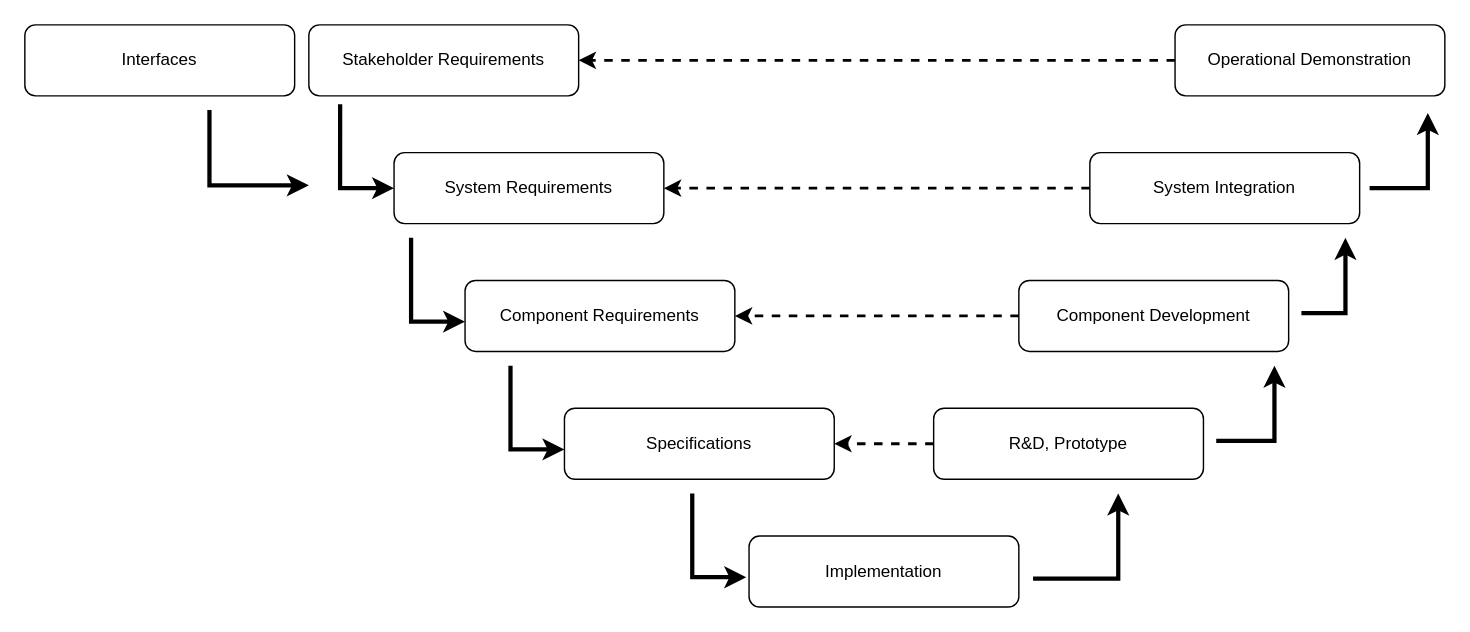
This is Untitled Diagram.drawio from awattsFNAL/Drawings, a draw.io file, before an edit. Source tidied: cells renumbered, new cells numbered last; positions are measured from the earlier drawing's top-left corner, leaving out a move shared by most shapes. Both pictures are drawn from the tidied source at 142%, with x=0, y=0 at pixel (24, 24).
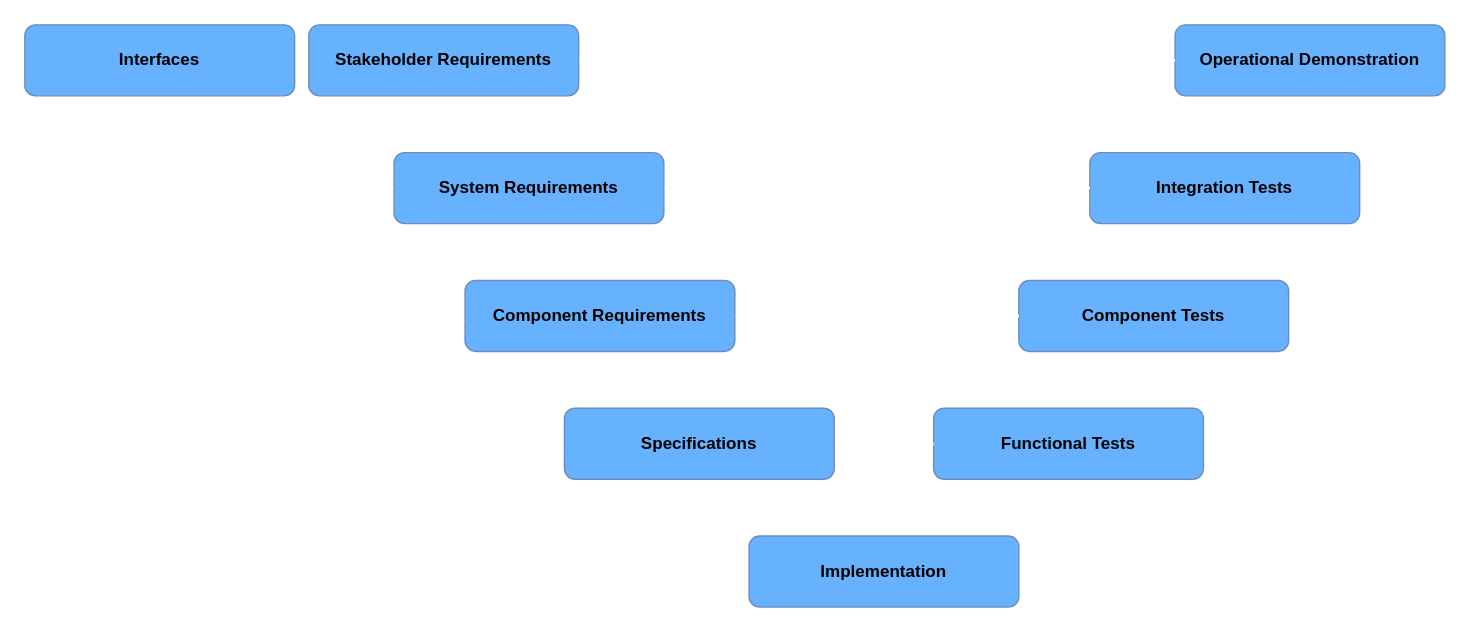
The same diagram, later.

Diff of the diagram source:
```diff
@@
-<mxGraphModel>
+<mxGraphModel background="#ffffff">
@@
-    <mxCell id="2" value="Stakeholder Requirements" style="rounded=1;whiteSpace=wrap;html=1;" parent="1" vertex="1">
+    <mxCell id="2" value="Stakeholder Requirements" style="rounded=1;whiteSpace=wrap;html=1;fillColor=#66B2FF;strokeColor=#6c8ebf;fontStyle=1;" parent="1" vertex="1">
       <mxGeometry x="200" width="190" height="50" as="geometry" />
     </mxCell>
-    <mxCell id="3" value="System Requirements" style="rounded=1;whiteSpace=wrap;html=1;" parent="1" vertex="1">
+    <mxCell id="3" value="System Requirements" style="rounded=1;whiteSpace=wrap;html=1;fillColor=#66B2FF;strokeColor=#6c8ebf;fontStyle=1;" parent="1" vertex="1">
       <mxGeometry x="260" y="90" width="190" height="50" as="geometry" />
     </mxCell>
-    <mxCell id="4" value="Component Requirements" style="rounded=1;whiteSpace=wrap;html=1;" parent="1" vertex="1">
+    <mxCell id="4" value="Component Requirements" style="rounded=1;whiteSpace=wrap;html=1;fillColor=#66B2FF;strokeColor=#6c8ebf;fontStyle=1;" parent="1" vertex="1">
       <mxGeometry x="310" y="180" width="190" height="50" as="geometry" />
     </mxCell>
-    <mxCell id="5" value="Specifications" style="rounded=1;whiteSpace=wrap;html=1;" parent="1" vertex="1">
+    <mxCell id="5" value="Specifications" style="rounded=1;whiteSpace=wrap;html=1;fillColor=#66B2FF;strokeColor=#6c8ebf;fontStyle=1;" parent="1" vertex="1">
       <mxGeometry x="380" y="270" width="190" height="50" as="geometry" />
     </mxCell>
-    <mxCell id="6" value="&lt;div&gt;Implementation&lt;/div&gt;" style="rounded=1;whiteSpace=wrap;html=1;" parent="1" vertex="1">
+    <mxCell id="6" value="&lt;div&gt;Implementation&lt;/div&gt;" style="rounded=1;whiteSpace=wrap;html=1;fillColor=#66B2FF;strokeColor=#6c8ebf;fontStyle=1;" parent="1" vertex="1">
       <mxGeometry x="510" y="360" width="190" height="50" as="geometry" />
     </mxCell>
-    <mxCell id="7" value="R&amp;amp;D, Prototype" style="rounded=1;whiteSpace=wrap;html=1;" parent="1" vertex="1">
+    <mxCell id="7" value="Functional Tests" style="rounded=1;whiteSpace=wrap;html=1;fillColor=#66B2FF;strokeColor=#6c8ebf;fontStyle=1;" parent="1" vertex="1">
       <mxGeometry x="640" y="270" width="190" height="50" as="geometry" />
     </mxCell>
-    <mxCell id="8" value="Component Development" style="rounded=1;whiteSpace=wrap;html=1;" parent="1" vertex="1">
+    <mxCell id="8" value="Component Tests" style="rounded=1;whiteSpace=wrap;html=1;fillColor=#66B2FF;strokeColor=#6c8ebf;fontStyle=1;" parent="1" vertex="1">
       <mxGeometry x="700" y="180" width="190" height="50" as="geometry" />
     </mxCell>
-    <mxCell id="9" value="System Integration" style="rounded=1;whiteSpace=wrap;html=1;" parent="1" vertex="1">
+    <mxCell id="9" value="Integration Tests" style="rounded=1;whiteSpace=wrap;html=1;fillColor=#66B2FF;strokeColor=#6c8ebf;fontStyle=1;" parent="1" vertex="1">
       <mxGeometry x="750" y="90" width="190" height="50" as="geometry" />
     </mxCell>
-    <mxCell id="10" value="Operational Demonstration" style="rounded=1;whiteSpace=wrap;html=1;" parent="1" vertex="1">
+    <mxCell id="10" value="Operational Demonstration" style="rounded=1;whiteSpace=wrap;html=1;fillColor=#66B2FF;strokeColor=#6c8ebf;fontStyle=1;" parent="1" vertex="1">
       <mxGeometry x="810" width="190" height="50" as="geometry" />
     </mxCell>
-    <mxCell id="11" style="endArrow=classic;html=1;rounded=0;exitX=0;exitY=0.5;exitDx=0;exitDy=0;entryX=1;entryY=0.5;entryDx=0;entryDy=0;dashed=1;strokeWidth=2;" parent="1" edge="1" source="10" target="2">
+    <mxCell id="11" style="endArrow=classic;html=1;rounded=0;exitX=0;exitY=0.5;exitDx=0;exitDy=0;entryX=1;entryY=0.5;entryDx=0;entryDy=0;dashed=1;strokeWidth=2;strokeColor=#FFFFFF;" parent="1" edge="1" source="10" target="2">
       <mxGeometry relative="1" as="geometry" />
     </mxCell>
-    <mxCell id="12" style="endArrow=classic;html=1;rounded=0;exitX=0;exitY=0.5;exitDx=0;exitDy=0;entryX=1;entryY=0.5;entryDx=0;entryDy=0;dashed=1;strokeWidth=2;" parent="1" edge="1" source="9" target="3">
+    <mxCell id="12" style="endArrow=classic;html=1;rounded=0;exitX=0;exitY=0.5;exitDx=0;exitDy=0;entryX=1;entryY=0.5;entryDx=0;entryDy=0;dashed=1;strokeWidth=2;strokeColor=#FFFFFF;" parent="1" edge="1" source="9" target="3">
       <mxGeometry relative="1" as="geometry" />
     </mxCell>
-    <mxCell id="13" style="endArrow=classic;html=1;rounded=0;entryX=1;entryY=0.5;entryDx=0;entryDy=0;dashed=1;strokeWidth=2;exitX=0;exitY=0.5;exitDx=0;exitDy=0;" parent="1" edge="1" source="8" target="4">
+    <mxCell id="13" style="endArrow=classic;html=1;rounded=0;entryX=1;entryY=0.5;entryDx=0;entryDy=0;dashed=1;strokeWidth=2;exitX=0;exitY=0.5;exitDx=0;exitDy=0;strokeColor=#FFFFFF;" parent="1" edge="1" source="8" target="4">
       <mxGeometry relative="1" as="geometry" />
     </mxCell>
-    <mxCell id="14" style="endArrow=classic;html=1;rounded=0;exitX=0;exitY=0.5;exitDx=0;exitDy=0;entryX=1;entryY=0.5;entryDx=0;entryDy=0;dashed=1;strokeWidth=2;" parent="1" edge="1" source="7" target="5">
+    <mxCell id="14" style="endArrow=classic;html=1;rounded=0;exitX=0;exitY=0.5;exitDx=0;exitDy=0;entryX=1;entryY=0.5;entryDx=0;entryDy=0;dashed=1;strokeWidth=2;strokeColor=#FFFFFF;" parent="1" edge="1" source="7" target="5">
       <mxGeometry relative="1" as="geometry" />
     </mxCell>
-    <mxCell id="15" style="endArrow=classic;html=1;rounded=0;exitX=0.116;exitY=1.12;exitDx=0;exitDy=0;entryX=0;entryY=0.5;entryDx=0;entryDy=0;exitPerimeter=0;strokeWidth=3;" parent="1" edge="1" source="2" target="3">
+    <mxCell id="15" style="endArrow=classic;html=1;rounded=0;exitX=0.116;exitY=1.12;exitDx=0;exitDy=0;entryX=0;entryY=0.5;entryDx=0;entryDy=0;exitPerimeter=0;strokeWidth=3;strokeColor=#FFFFFF;" parent="1" edge="1" source="2" target="3">
       <mxGeometry relative="1" as="geometry">
         <Array as="points">
           <mxPoint x="222" y="115" />
         </Array>
       </mxGeometry>
     </mxCell>
-    <mxCell id="16" style="endArrow=classic;html=1;rounded=0;exitX=0.116;exitY=1.12;exitDx=0;exitDy=0;entryX=0;entryY=0.5;entryDx=0;entryDy=0;exitPerimeter=0;strokeWidth=3;" parent="1" edge="1">
+    <mxCell id="16" style="endArrow=classic;html=1;rounded=0;exitX=0.116;exitY=1.12;exitDx=0;exitDy=0;entryX=0;entryY=0.5;entryDx=0;entryDy=0;exitPerimeter=0;strokeWidth=3;strokeColor=#FFFFFF;" parent="1" edge="1">
       <mxGeometry relative="1" as="geometry">
         <mxPoint x="272" y="150" as="sourcePoint" />
         <mxPoint x="310" y="209" as="targetPoint" />
         <Array as="points">
           <mxPoint x="272" y="209" />
         </Array>
       </mxGeometry>
     </mxCell>
-    <mxCell id="17" style="endArrow=classic;html=1;rounded=0;exitX=0.116;exitY=1.12;exitDx=0;exitDy=0;entryX=0;entryY=0.5;entryDx=0;entryDy=0;exitPerimeter=0;strokeWidth=3;" parent="1" edge="1">
+    <mxCell id="17" style="endArrow=classic;html=1;rounded=0;exitX=0.116;exitY=1.12;exitDx=0;exitDy=0;entryX=0;entryY=0.5;entryDx=0;entryDy=0;exitPerimeter=0;strokeWidth=3;strokeColor=#FFFFFF;" parent="1" edge="1">
       <mxGeometry relative="1" as="geometry">
         <mxPoint x="342" y="240" as="sourcePoint" />
         <mxPoint x="380" y="299" as="targetPoint" />
         <Array as="points">
           <mxPoint x="342" y="299" />
         </Array>
       </mxGeometry>
     </mxCell>
-    <mxCell id="18" style="endArrow=classic;html=1;rounded=0;exitX=0.116;exitY=1.12;exitDx=0;exitDy=0;entryX=0;entryY=0.5;entryDx=0;entryDy=0;exitPerimeter=0;strokeWidth=3;" parent="1" edge="1">
+    <mxCell id="18" style="endArrow=classic;html=1;rounded=0;exitX=0.116;exitY=1.12;exitDx=0;exitDy=0;entryX=0;entryY=0.5;entryDx=0;entryDy=0;exitPerimeter=0;strokeWidth=3;strokeColor=#FFFFFF;" parent="1" edge="1">
       <mxGeometry relative="1" as="geometry">
         <mxPoint x="470" y="330" as="sourcePoint" />
         <mxPoint x="508" y="389" as="targetPoint" />
         <Array as="points">
           <mxPoint x="470" y="389" />
         </Array>
       </mxGeometry>
     </mxCell>
-    <mxCell id="19" style="endArrow=classic;html=1;rounded=0;strokeWidth=3;" parent="1" edge="1">
+    <mxCell id="19" style="endArrow=classic;html=1;rounded=0;strokeWidth=3;strokeColor=#FFFFFF;" parent="1" edge="1">
       <mxGeometry relative="1" as="geometry">
         <mxPoint x="710" y="390" as="sourcePoint" />
         <mxPoint x="770" y="330" as="targetPoint" />
         <Array as="points">
           <mxPoint x="770" y="390" />
         </Array>
       </mxGeometry>
     </mxCell>
-    <mxCell id="20" style="endArrow=classic;html=1;rounded=0;strokeWidth=3;" parent="1" edge="1">
+    <mxCell id="20" style="endArrow=classic;html=1;rounded=0;strokeWidth=3;strokeColor=#FFFFFF;" parent="1" edge="1">
       <mxGeometry relative="1" as="geometry">
         <mxPoint x="839" y="293" as="sourcePoint" />
         <mxPoint x="880" y="240" as="targetPoint" />
         <Array as="points">
           <mxPoint x="880" y="293" />
         </Array>
       </mxGeometry>
     </mxCell>
-    <mxCell id="21" style="endArrow=classic;html=1;rounded=0;strokeWidth=3;" parent="1" edge="1">
+    <mxCell id="21" style="endArrow=classic;html=1;rounded=0;strokeWidth=3;strokeColor=#FFFFFF;" parent="1" edge="1">
       <mxGeometry relative="1" as="geometry">
         <mxPoint x="899" y="203" as="sourcePoint" />
         <mxPoint x="930" y="150" as="targetPoint" />
         <Array as="points">
           <mxPoint x="930" y="203" />
         </Array>
       </mxGeometry>
     </mxCell>
-    <mxCell id="22" style="endArrow=classic;html=1;rounded=0;strokeWidth=3;" parent="1" edge="1">
+    <mxCell id="22" style="endArrow=classic;html=1;rounded=0;strokeWidth=3;strokeColor=#FFFFFF;" parent="1" edge="1">
       <mxGeometry relative="1" as="geometry">
         <mxPoint x="947" y="115" as="sourcePoint" />
         <mxPoint x="988" y="62" as="targetPoint" />
         <Array as="points">
           <mxPoint x="988" y="115" />
         </Array>
       </mxGeometry>
     </mxCell>
-    <mxCell id="23" value="Interfaces" style="rounded=1;whiteSpace=wrap;html=1;" parent="1" vertex="1">
+    <mxCell id="23" value="Interfaces" style="rounded=1;whiteSpace=wrap;html=1;fillColor=#66B2FF;strokeColor=#6c8ebf;fontStyle=1;" parent="1" vertex="1">
       <mxGeometry width="190" height="50" as="geometry" />
     </mxCell>
-    <mxCell id="24" style="endArrow=classic;html=1;rounded=0;strokeWidth=3;" parent="1" edge="1">
+    <mxCell id="24" style="endArrow=classic;html=1;rounded=0;strokeWidth=3;strokeColor=#FFFFFF;" parent="1" edge="1">
       <mxGeometry relative="1" as="geometry">
         <mxPoint x="130" y="60" as="sourcePoint" />
         <mxPoint x="200" y="113" as="targetPoint" />
         <Array as="points">
           <mxPoint x="130" y="113" />
         </Array>
       </mxGeometry>
     </mxCell>
```
